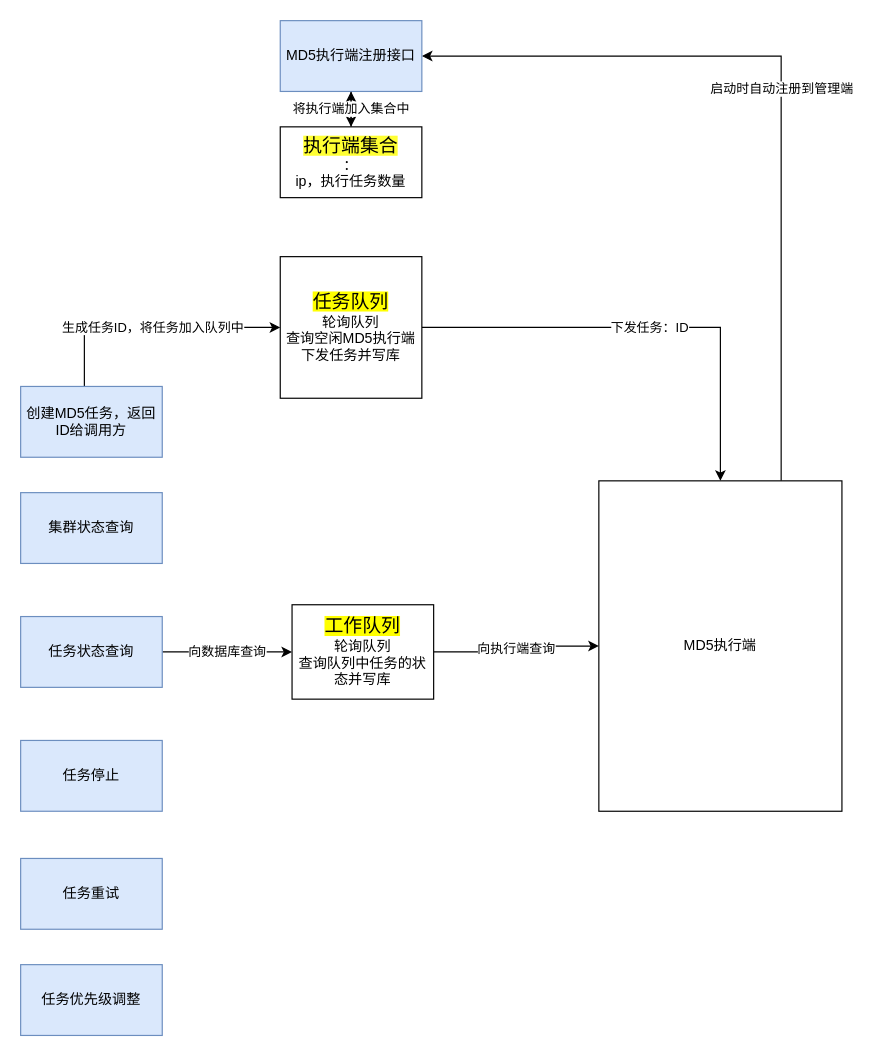
yzykami/MD5_draw keeps this draw.io diagram as page "MD5管理端" (2 of 3) of md5.drawio. Above is the earlier version. Source tidied: cells renumbered, new cells numbered last; positions are measured from the earlier drawing's top-left corner, leaving out a move shared by most shapes. Both pictures are drawn from the tidied source at 118%, with x=0, y=0 at pixel (20, 20).
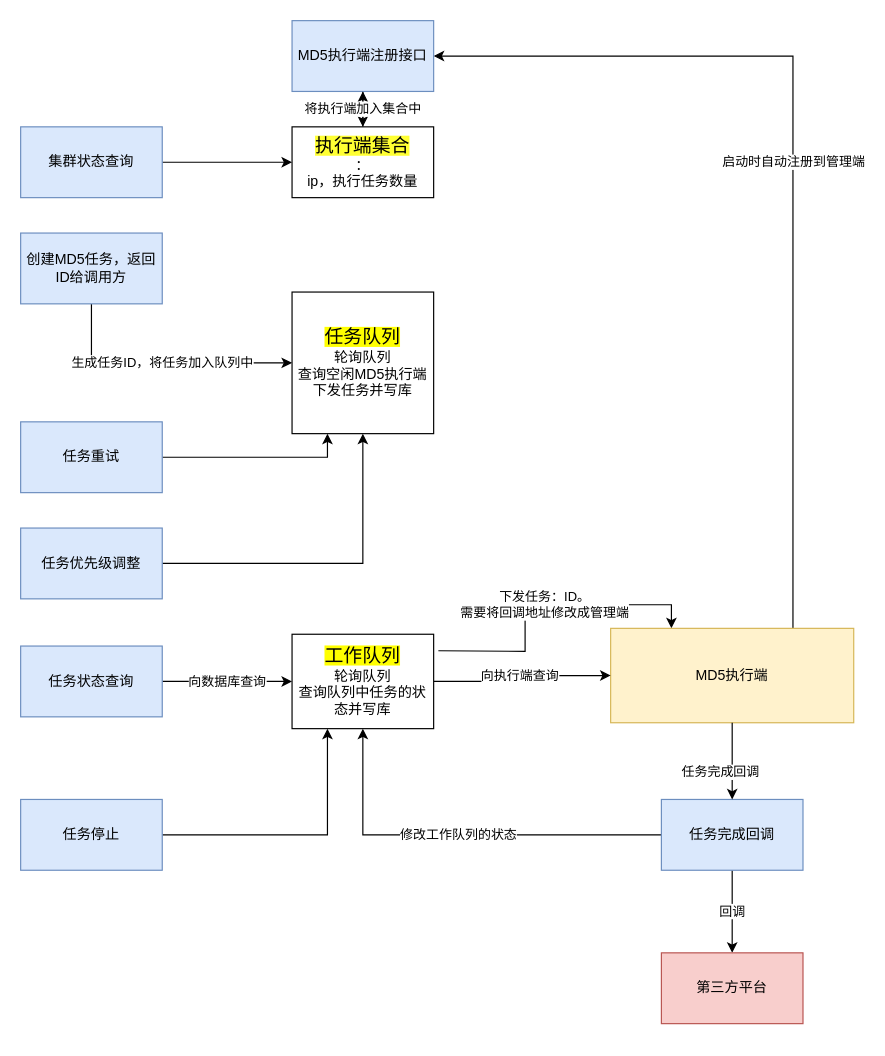
After the change.

What changed in the source:
```diff
@@
-    <mxCell id="2" value="下发任务：ID" style="edgeStyle=orthogonalEdgeStyle;rounded=0;jettySize=auto;html=1;exitX=1;exitY=0.5;exitDx=0;exitDy=0;entryX=0.5;entryY=0;entryDx=0;entryDy=0;" parent="1" edge="1" source="8" target="7">
-      <mxGeometry x="0.01" relative="1" as="geometry" />
+    <mxCell id="2" value="下发任务：ID。&lt;br&gt;需要将回调地址修改成管理端" style="edgeStyle=orthogonalEdgeStyle;rounded=0;jettySize=auto;html=1;entryX=0.25;entryY=0;entryDx=0;entryDy=0;" parent="1" edge="1" target="7">
+      <mxGeometry x="0.01" relative="1" as="geometry">
+        <mxPoint x="354" y="534" as="sourcePoint" />
+      </mxGeometry>
     </mxCell>
-    <mxCell id="3" value="生成任务ID，将任务加入队列中" style="edgeStyle=orthogonalEdgeStyle;rounded=0;jettySize=auto;html=1;entryX=0;entryY=0.5;entryDx=0;entryDy=0;exitX=0.45;exitY=0;exitDx=0;exitDy=0;exitPerimeter=0;" parent="1" edge="1" source="4" target="8">
+    <mxCell id="3" value="生成任务ID，将任务加入队列中" style="edgeStyle=orthogonalEdgeStyle;rounded=0;jettySize=auto;html=1;entryX=0;entryY=0.5;entryDx=0;entryDy=0;exitX=0.5;exitY=1;exitDx=0;exitDy=0;" parent="1" edge="1" source="4" target="8">
       <mxGeometry relative="1" as="geometry" />
     </mxCell>
     <mxCell id="4" value="创建MD5任务，返回ID给调用方" style="rounded=0;whiteSpace=wrap;html=1;fillColor=#dae8fc;strokeColor=#6c8ebf;" parent="1" vertex="1">
-      <mxGeometry y="310" width="120" height="60" as="geometry" />
+      <mxGeometry y="180" width="120" height="60" as="geometry" />
     </mxCell>
+    <mxCell id="20" style="edgeStyle=orthogonalEdgeStyle;rounded=0;jettySize=auto;html=1;entryX=0;entryY=0.5;entryDx=0;entryDy=0;" parent="1" edge="1" source="5" target="12">
+      <mxGeometry relative="1" as="geometry" />
+    </mxCell>
     <mxCell id="5" value="集群状态查询" style="rounded=0;whiteSpace=wrap;html=1;fillColor=#dae8fc;strokeColor=#6c8ebf;" parent="1" vertex="1">
-      <mxGeometry y="400" width="120" height="60" as="geometry" />
+      <mxGeometry y="90" width="120" height="60" as="geometry" />
     </mxCell>
@@
-    <mxCell id="7" value="MD5执行端" style="rounded=0;whiteSpace=wrap;html=1;" parent="1" vertex="1">
-      <mxGeometry x="490" y="390" width="206" height="280" as="geometry" />
+    <mxCell id="7" value="MD5执行端" style="rounded=0;whiteSpace=wrap;html=1;fillColor=#fff2cc;strokeColor=#d6b656;" parent="1" vertex="1">
+      <mxGeometry x="500" y="515" width="206" height="80" as="geometry" />
     </mxCell>
     <mxCell id="8" value="&lt;font style=&quot;font-size: 16px ; background-color: rgb(255 , 255 , 0)&quot;&gt;任务队列&lt;/font&gt;&lt;br&gt;轮询队列&lt;br&gt;查询空闲MD5执行端&lt;br&gt;下发任务并写库" style="whiteSpace=wrap;html=1;" parent="1" vertex="1">
-      <mxGeometry x="220" y="200" width="120" height="120" as="geometry" />
+      <mxGeometry x="230" y="230" width="120" height="120" as="geometry" />
     </mxCell>
@@
     <mxCell id="10" value="MD5执行端注册接口" style="rounded=0;whiteSpace=wrap;html=1;fillColor=#dae8fc;strokeColor=#6c8ebf;" parent="1" vertex="1">
-      <mxGeometry x="220" width="120" height="60" as="geometry" />
+      <mxGeometry x="230" width="120" height="60" as="geometry" />
     </mxCell>
@@
     <mxCell id="12" value="&lt;font style=&quot;font-size: 16px ; background-color: rgb(255 , 255 , 51)&quot;&gt;执行端集合&lt;/font&gt;&lt;br&gt;：&lt;br&gt;ip，执行任务数量" style="rounded=0;whiteSpace=wrap;html=1;" parent="1" vertex="1">
-      <mxGeometry x="220" y="90" width="120" height="60" as="geometry" />
+      <mxGeometry x="230" y="90" width="120" height="60" as="geometry" />
     </mxCell>
@@
     <mxCell id="14" value="任务状态查询" style="rounded=0;whiteSpace=wrap;html=1;fillColor=#dae8fc;strokeColor=#6c8ebf;" parent="1" vertex="1">
-      <mxGeometry y="505" width="120" height="60" as="geometry" />
+      <mxGeometry y="530" width="120" height="60" as="geometry" />
     </mxCell>
     <mxCell id="15" value="向执行端查询" style="edgeStyle=orthogonalEdgeStyle;rounded=0;jettySize=auto;html=1;exitX=1;exitY=0.5;exitDx=0;exitDy=0;entryX=0;entryY=0.5;entryDx=0;entryDy=0;" parent="1" edge="1" source="16" target="7">
       <mxGeometry relative="1" as="geometry">
         <Array as="points">
-          <mxPoint x="420" y="535" />
-          <mxPoint x="420" y="530" />
+          <mxPoint x="420" y="560" />
+          <mxPoint x="420" y="555" />
         </Array>
       </mxGeometry>
     </mxCell>
     <mxCell id="16" value="&lt;font style=&quot;font-size: 16px ; background-color: rgb(255 , 255 , 0)&quot;&gt;工作队列&lt;/font&gt;&lt;br&gt;&lt;span&gt;轮询队列&lt;/span&gt;&lt;br&gt;&lt;span&gt;查询队列中任务的状态并写库&lt;/span&gt;" style="rounded=0;whiteSpace=wrap;html=1;" parent="1" vertex="1">
-      <mxGeometry x="230" y="495" width="120" height="80" as="geometry" />
+      <mxGeometry x="230" y="520" width="120" height="80" as="geometry" />
     </mxCell>
+    <mxCell id="21" style="edgeStyle=orthogonalEdgeStyle;rounded=0;jettySize=auto;html=1;entryX=0.25;entryY=1;entryDx=0;entryDy=0;" parent="1" edge="1" source="17" target="16">
+      <mxGeometry relative="1" as="geometry" />
+    </mxCell>
     <mxCell id="17" value="任务停止" style="rounded=0;whiteSpace=wrap;html=1;fillColor=#dae8fc;strokeColor=#6c8ebf;" parent="1" vertex="1">
-      <mxGeometry y="610" width="120" height="60" as="geometry" />
+      <mxGeometry y="660" width="120" height="60" as="geometry" />
     </mxCell>
+    <mxCell id="22" style="edgeStyle=orthogonalEdgeStyle;rounded=0;jettySize=auto;html=1;entryX=0.25;entryY=1;entryDx=0;entryDy=0;" parent="1" edge="1" source="18" target="8">
+      <mxGeometry relative="1" as="geometry" />
+    </mxCell>
     <mxCell id="18" value="任务重试" style="rounded=0;whiteSpace=wrap;html=1;fillColor=#dae8fc;strokeColor=#6c8ebf;" parent="1" vertex="1">
-      <mxGeometry y="710" width="120" height="60" as="geometry" />
+      <mxGeometry y="340" width="120" height="60" as="geometry" />
     </mxCell>
+    <mxCell id="23" style="edgeStyle=orthogonalEdgeStyle;rounded=0;jettySize=auto;html=1;entryX=0.5;entryY=1;entryDx=0;entryDy=0;" parent="1" edge="1" source="19" target="8">
+      <mxGeometry relative="1" as="geometry" />
+    </mxCell>
     <mxCell id="19" value="任务优先级调整" style="rounded=0;whiteSpace=wrap;html=1;fillColor=#dae8fc;strokeColor=#6c8ebf;" parent="1" vertex="1">
-      <mxGeometry y="800" width="120" height="60" as="geometry" />
+      <mxGeometry y="430" width="120" height="60" as="geometry" />
     </mxCell>
+    <mxCell id="24" value="回调" style="edgeStyle=orthogonalEdgeStyle;rounded=0;jettySize=auto;html=1;exitX=0.5;exitY=1;exitDx=0;exitDy=0;entryX=0.5;entryY=0;entryDx=0;entryDy=0;" parent="1" edge="1" source="26" target="29">
+      <mxGeometry relative="1" as="geometry" />
+    </mxCell>
+    <mxCell id="25" value="修改工作队列的状态" style="edgeStyle=orthogonalEdgeStyle;rounded=0;jettySize=auto;html=1;exitX=0;exitY=0.5;exitDx=0;exitDy=0;" parent="1" edge="1" source="26" target="16">
+      <mxGeometry relative="1" as="geometry" />
+    </mxCell>
+    <mxCell id="26" value="任务完成回调" style="rounded=0;whiteSpace=wrap;html=1;fillColor=#dae8fc;strokeColor=#6c8ebf;" parent="1" vertex="1">
+      <mxGeometry x="543" y="660" width="120" height="60" as="geometry" />
+    </mxCell>
+    <mxCell id="27" style="edgeStyle=orthogonalEdgeStyle;rounded=0;jettySize=auto;html=1;exitX=0.5;exitY=1;exitDx=0;exitDy=0;entryX=0.5;entryY=0;entryDx=0;entryDy=0;" parent="1" edge="1" source="7" target="26">
+      <mxGeometry relative="1" as="geometry" />
+    </mxCell>
+    <mxCell id="28" value="任务完成回调" style="edgeLabel;html=1;align=center;verticalAlign=middle;" parent="27" vertex="1">
+      <mxGeometry x="0.32" y="-2" relative="1" as="geometry">
+        <mxPoint x="-9" y="-2" as="offset" />
+      </mxGeometry>
+    </mxCell>
+    <mxCell id="29" value="第三方平台" style="rounded=0;whiteSpace=wrap;html=1;fillColor=#f8cecc;strokeColor=#b85450;" parent="1" vertex="1">
+      <mxGeometry x="543" y="790" width="120" height="60" as="geometry" />
+    </mxCell>
```
